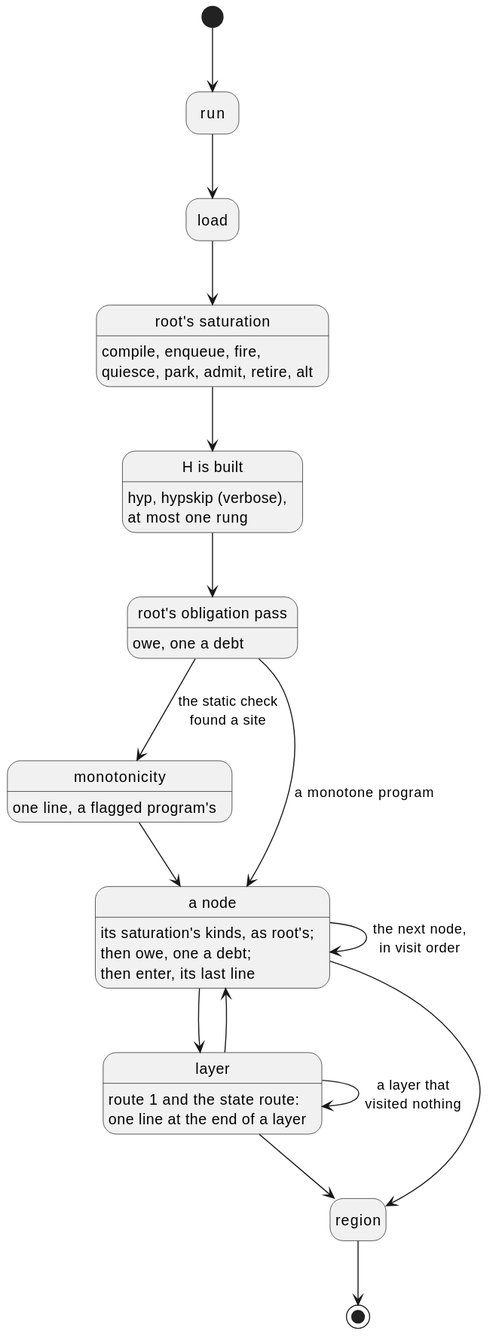
This is docs/ein/ein.rs/diagrams/05-stream-states.svg from agutikov/ein, a PlantUML export, as it was before one commit. Its source is kept beside it as docs/ein/ein.rs/diagrams/05-stream-states.puml.
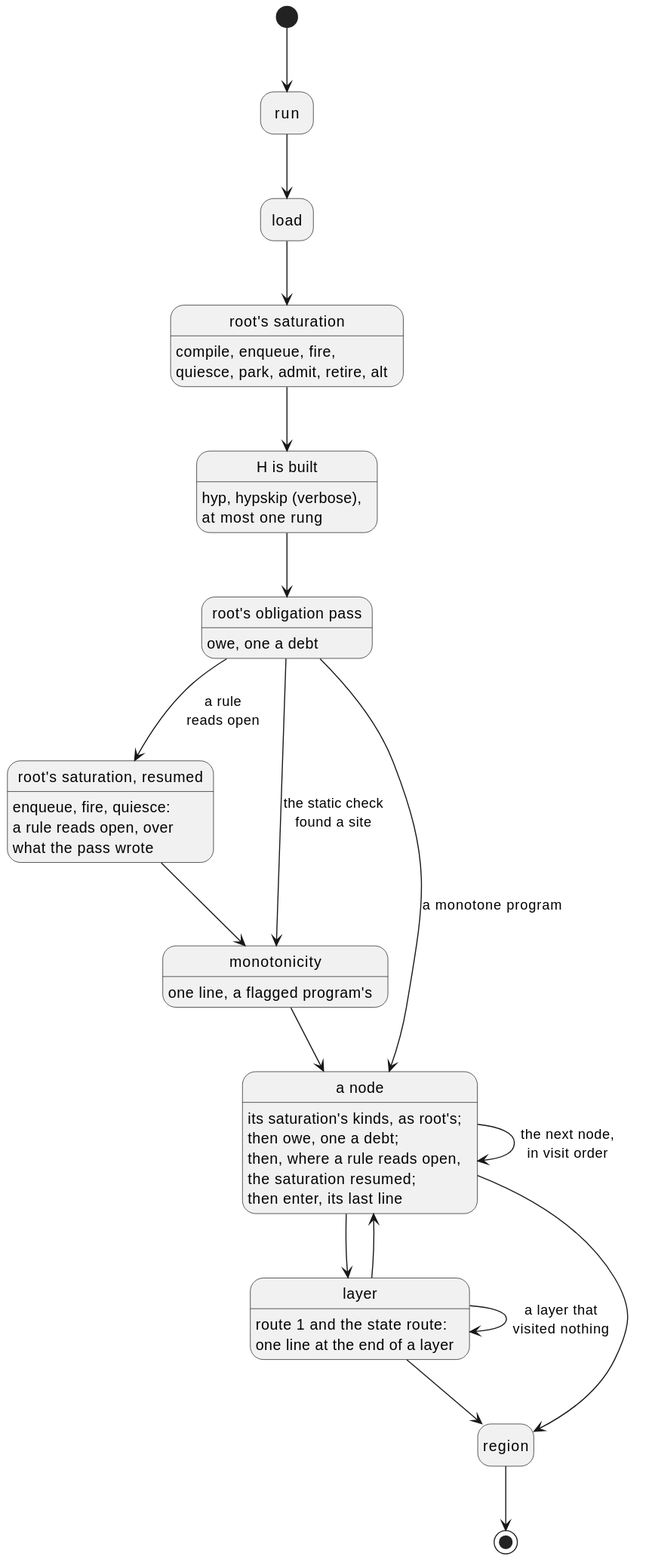
Above is the later version.

What changed in the source:
```diff
@@ -5,8 +5,9 @@
 state "root's saturation" as Sat : compile, enqueue, fire,\nquiesce, park, admit, retire, alt
 state "H is built" as Gen : hyp, hypskip (verbose),\nat most one rung
 state "root's obligation pass" as Owe : owe, one a debt
+state "root's saturation, resumed" as Resume : enqueue, fire, quiesce:\na rule reads open, over\nwhat the pass wrote
 state "monotonicity" as Mono : one line, a flagged program's
-state "a node" as Node : its saturation's kinds, as root's;\nthen owe, one a debt;\nthen enter, its last line
+state "a node" as Node : its saturation's kinds, as root's;\nthen owe, one a debt;\nthen, where a rule reads open,\nthe saturation resumed;\nthen enter, its last line
 state "layer" as Layer : route 1 and the state route:\none line at the end of a layer
 state "region" as Region
 
@@ -15,6 +16,8 @@
 Load --> Sat
 Sat --> Gen
 Gen --> Owe
+Owe --> Resume : a rule\nreads open
+Resume --> Mono
 Owe --> Mono : the static check\nfound a site
 Owe --> Node : a monotone program
 Mono --> Node
```
